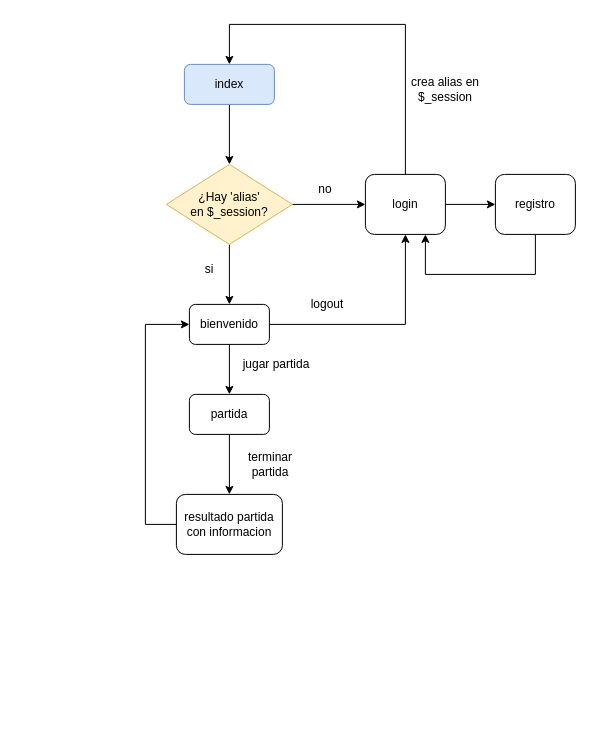
This is recursos/diagrama.drawio from alvaroteja/cincoLetras, a draw.io file, before an edit. Source tidied: cells renumbered, new cells numbered last; positions are measured from the earlier drawing's top-left corner, leaving out a move shared by most shapes. Both pictures are drawn from the tidied source at 100%, with x=0, y=0 at pixel (145, 24).
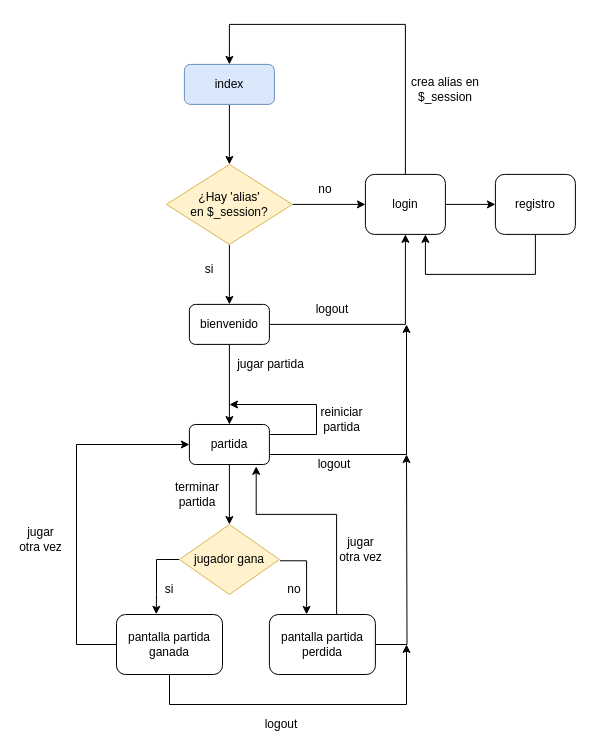
The same diagram, later.

The change refers to these unchanged cells:
```xml
<mxCell id="17" value="bienvenido" style="rounded=1;whiteSpace=wrap;html=1;" parent="1" vertex="1">
  <mxGeometry x="43.9" y="279.9" width="80" height="40" as="geometry" />
</mxCell>
```

Diff of the diagram source:
```diff
@@
     <mxCell id="18" value="logout" style="text;html=1;strokeColor=none;fillColor=none;align=center;verticalAlign=middle;whiteSpace=wrap;rounded=0;" parent="1" vertex="1">
-      <mxGeometry x="153.9" y="269.9" width="56" height="20" as="geometry" />
+      <mxGeometry x="159" y="275" width="56" height="20" as="geometry" />
     </mxCell>
-    <mxCell id="19" style="edgeStyle=orthogonalEdgeStyle;rounded=0;jettySize=auto;html=1;entryX=0;entryY=0.5;entryDx=0;entryDy=0;exitX=0;exitY=0.5;exitDx=0;exitDy=0;" parent="1" edge="1" source="23" target="17">
+    <mxCell id="19" style="edgeStyle=orthogonalEdgeStyle;rounded=0;jettySize=auto;html=1;exitX=0;exitY=0.5;exitDx=0;exitDy=0;" parent="1" edge="1" source="23" target="21">
       <mxGeometry relative="1" as="geometry">
         <Array as="points">
-          <mxPoint x="-0.1" y="499.9" />
-          <mxPoint x="-0.1" y="299.9" />
+          <mxPoint x="-69" y="620" />
+          <mxPoint x="-69" y="420" />
         </Array>
       </mxGeometry>
     </mxCell>
-    <mxCell id="20" style="edgeStyle=orthogonalEdgeStyle;rounded=0;jettySize=auto;html=1;" parent="1" edge="1" source="21" target="23">
+    <mxCell id="20" style="edgeStyle=orthogonalEdgeStyle;rounded=0;jettySize=auto;html=1;entryX=0.5;entryY=0;entryDx=0;entryDy=0;" parent="1" edge="1" source="21" target="33">
       <mxGeometry relative="1" as="geometry" />
     </mxCell>
+    <mxCell id="25" style="edgeStyle=orthogonalEdgeStyle;rounded=0;jettySize=auto;html=1;" parent="1" edge="1" source="21">
+      <mxGeometry relative="1" as="geometry">
+        <mxPoint x="84" y="380" as="targetPoint" />
+        <Array as="points">
+          <mxPoint x="171" y="410" />
+          <mxPoint x="171" y="380" />
+        </Array>
+      </mxGeometry>
+    </mxCell>
+    <mxCell id="26" style="edgeStyle=orthogonalEdgeStyle;rounded=0;jettySize=auto;html=1;" parent="1" edge="1" source="21">
+      <mxGeometry relative="1" as="geometry">
+        <mxPoint x="261" y="300" as="targetPoint" />
+        <Array as="points">
+          <mxPoint x="261" y="430" />
+        </Array>
+      </mxGeometry>
+    </mxCell>
     <mxCell id="21" value="partida" style="rounded=1;whiteSpace=wrap;html=1;" parent="1" vertex="1">
-      <mxGeometry x="43.9" y="369.9" width="80" height="40" as="geometry" />
+      <mxGeometry x="43.9" y="400" width="80" height="40" as="geometry" />
     </mxCell>
     <mxCell id="22" value="jugar partida" style="text;html=1;strokeColor=none;fillColor=none;align=center;verticalAlign=middle;whiteSpace=wrap;rounded=0;" parent="1" vertex="1">
-      <mxGeometry x="89.9" y="329.9" width="82" height="20" as="geometry" />
+      <mxGeometry x="89.9" y="330" width="71.1" height="20.1" as="geometry" />
     </mxCell>
+    <mxCell id="27" style="edgeStyle=orthogonalEdgeStyle;rounded=0;jettySize=auto;html=1;" parent="1" edge="1" source="23">
+      <mxGeometry relative="1" as="geometry">
+        <mxPoint x="261" y="620" as="targetPoint" />
+        <Array as="points">
+          <mxPoint x="24" y="680" />
+          <mxPoint x="261" y="680" />
+        </Array>
+      </mxGeometry>
+    </mxCell>
-    <mxCell id="23" value="resultado partida con informacion" style="rounded=1;whiteSpace=wrap;html=1;" parent="1" vertex="1">
-      <mxGeometry x="30.9" y="469.9" width="106" height="60" as="geometry" />
+    <mxCell id="23" value="pantalla partida ganada" style="rounded=1;whiteSpace=wrap;html=1;" parent="1" vertex="1">
+      <mxGeometry x="-29" y="590" width="106" height="60" as="geometry" />
     </mxCell>
     <mxCell id="24" value="terminar partida" style="text;html=1;strokeColor=none;fillColor=none;align=center;verticalAlign=middle;whiteSpace=wrap;rounded=0;" parent="1" vertex="1">
-      <mxGeometry x="83.9" y="429.9" width="82" height="20" as="geometry" />
+      <mxGeometry x="11" y="460" width="82" height="20" as="geometry" />
     </mxCell>
+    <mxCell id="28" style="edgeStyle=orthogonalEdgeStyle;rounded=0;jettySize=auto;html=1;" parent="1" edge="1" source="30">
+      <mxGeometry relative="1" as="geometry">
+        <mxPoint x="261" y="430" as="targetPoint" />
+      </mxGeometry>
+    </mxCell>
+    <mxCell id="29" style="edgeStyle=orthogonalEdgeStyle;rounded=0;jettySize=auto;html=1;entryX=0.835;entryY=1.046;entryDx=0;entryDy=0;entryPerimeter=0;" parent="1" edge="1" source="30" target="21">
+      <mxGeometry relative="1" as="geometry">
+        <Array as="points">
+          <mxPoint x="191.1" y="489.9" />
+          <mxPoint x="111.1" y="489.9" />
+        </Array>
+      </mxGeometry>
+    </mxCell>
+    <mxCell id="30" value="pantalla partida perdida" style="rounded=1;whiteSpace=wrap;html=1;" parent="1" vertex="1">
+      <mxGeometry x="123.9" y="590" width="106" height="60" as="geometry" />
+    </mxCell>
+    <mxCell id="31" style="edgeStyle=orthogonalEdgeStyle;rounded=0;jettySize=auto;html=1;entryX=0.375;entryY=-0.004;entryDx=0;entryDy=0;entryPerimeter=0;" parent="1" edge="1" source="33" target="23">
+      <mxGeometry relative="1" as="geometry">
+        <Array as="points">
+          <mxPoint x="11" y="535" />
+          <mxPoint x="11" y="570" />
+          <mxPoint x="11" y="570" />
+        </Array>
+      </mxGeometry>
+    </mxCell>
+    <mxCell id="32" style="edgeStyle=orthogonalEdgeStyle;rounded=0;jettySize=auto;html=1;exitX=1.006;exitY=0.518;exitDx=0;exitDy=0;exitPerimeter=0;" parent="1" edge="1" source="33">
+      <mxGeometry relative="1" as="geometry">
+        <mxPoint x="161.1" y="589.9" as="targetPoint" />
+        <Array as="points">
+          <mxPoint x="161.1" y="535.9" />
+          <mxPoint x="161.1" y="589.9" />
+        </Array>
+      </mxGeometry>
+    </mxCell>
+    <mxCell id="33" value="jugador gana" style="rhombus;whiteSpace=wrap;html=1;fillColor=#fff2cc;strokeColor=#d6b656;" parent="1" vertex="1">
+      <mxGeometry x="33.9" y="500" width="100" height="70" as="geometry" />
+    </mxCell>
+    <mxCell id="34" value="reiniciar partida" style="text;html=1;strokeColor=none;fillColor=none;align=center;verticalAlign=middle;whiteSpace=wrap;rounded=0;" parent="1" vertex="1">
+      <mxGeometry x="171.9" y="390" width="49.1" height="10" as="geometry" />
+    </mxCell>
+    <mxCell id="35" value="logout" style="text;html=1;strokeColor=none;fillColor=none;align=center;verticalAlign=middle;whiteSpace=wrap;rounded=0;" parent="1" vertex="1">
+      <mxGeometry x="161" y="430" width="56" height="20" as="geometry" />
+    </mxCell>
+    <mxCell id="36" value="si" style="text;html=1;strokeColor=none;fillColor=none;align=center;verticalAlign=middle;whiteSpace=wrap;rounded=0;" parent="1" vertex="1">
+      <mxGeometry x="4" y="549.9" width="40" height="30" as="geometry" />
+    </mxCell>
+    <mxCell id="37" value="no" style="text;html=1;strokeColor=none;fillColor=none;align=center;verticalAlign=middle;whiteSpace=wrap;rounded=0;" parent="1" vertex="1">
+      <mxGeometry x="128.9" y="549.9" width="40" height="30" as="geometry" />
+    </mxCell>
+    <mxCell id="38" value="logout" style="text;html=1;strokeColor=none;fillColor=none;align=center;verticalAlign=middle;whiteSpace=wrap;rounded=0;" parent="1" vertex="1">
+      <mxGeometry x="108.1" y="689.9" width="56" height="20" as="geometry" />
+    </mxCell>
+    <mxCell id="39" value="jugar otra vez" style="text;html=1;strokeColor=none;fillColor=none;align=center;verticalAlign=middle;whiteSpace=wrap;rounded=0;" parent="1" vertex="1">
+      <mxGeometry x="191.1" y="519.9" width="49.1" height="10" as="geometry" />
+    </mxCell>
+    <mxCell id="40" value="jugar otra vez" style="text;html=1;strokeColor=none;fillColor=none;align=center;verticalAlign=middle;whiteSpace=wrap;rounded=0;" parent="1" vertex="1">
+      <mxGeometry x="-128.9" y="509.9" width="49.1" height="10" as="geometry" />
+    </mxCell>
```
